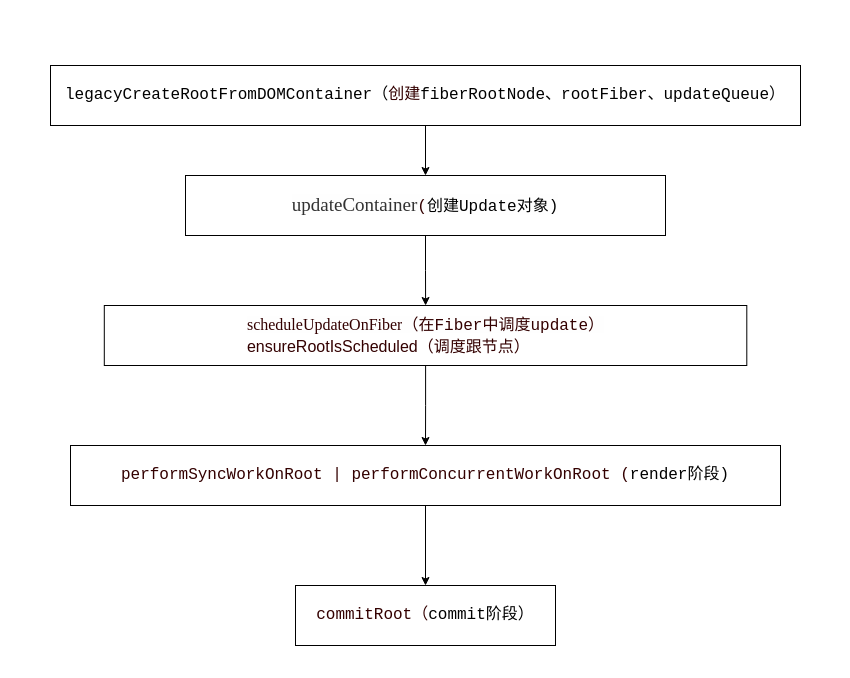
Above: page "Page-2" (2 of 3) of 第五章_0.drawio in xiaochen1024/react_code (draw.io), before the change. Source tidied: cells renumbered, new cells numbered last; positions are measured from the earlier drawing's top-left corner, leaving out a move shared by most shapes. Both pictures are drawn from the tidied source at 100%, with x=0, y=0 at pixel (50, 65).
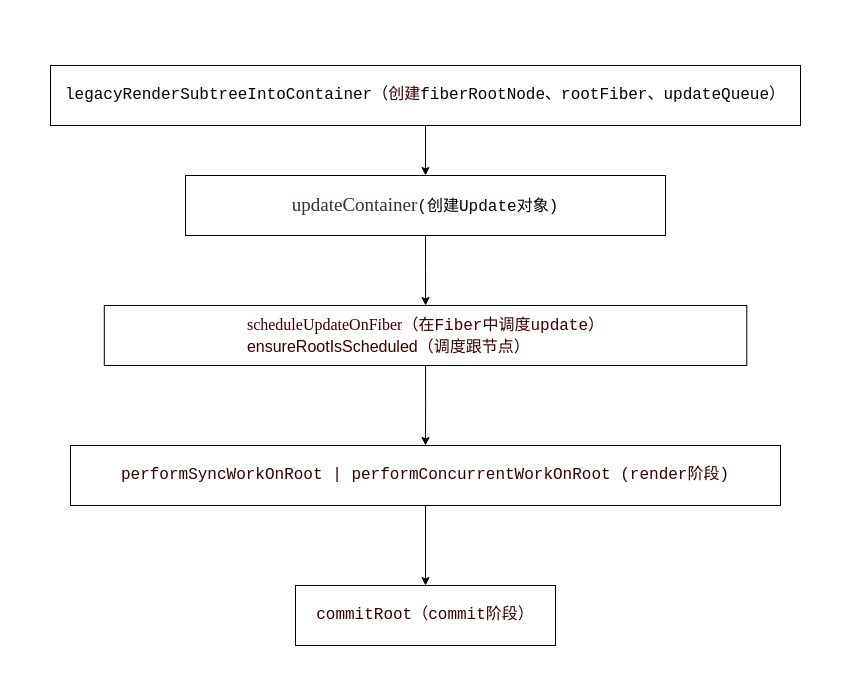
The same page after the edit.

Diff of the diagram source:
```diff
@@
 <mxGraphModel>
   <root>
     <mxCell id="0" />
     <mxCell id="1" parent="0" />
     <mxCell id="2" style="edgeStyle=orthogonalEdgeStyle;rounded=0;jettySize=auto;html=1;" parent="1" edge="1" source="3" target="5">
       <mxGeometry relative="1" as="geometry" />
     </mxCell>
-    <mxCell id="3" value="&lt;pre class=&quot;language-sh&quot; style=&quot;background: transparent ; font-family: &amp;#34;consolas&amp;#34; , &amp;#34;monaco&amp;#34; , &amp;#34;andale mono&amp;#34; , &amp;#34;ubuntu mono&amp;#34; , monospace ; font-size: 16px ; text-align: left ; word-spacing: 0px ; word-break: normal ; overflow-wrap: normal ; line-height: 1.4 ; padding: 1.25rem 1.5rem ; margin: 0.85rem 0px ; overflow: auto ; border-radius: 6px ; position: relative ; z-index: 1 ; font-style: normal ; font-weight: 400 ; letter-spacing: normal ; text-indent: 0px ; text-transform: none&quot;&gt;&lt;pre class=&quot;language-sh&quot; style=&quot;background: transparent ; font-family: &amp;#34;consolas&amp;#34; , &amp;#34;monaco&amp;#34; , &amp;#34;andale mono&amp;#34; , &amp;#34;ubuntu mono&amp;#34; , monospace ; word-break: normal ; overflow-wrap: normal ; line-height: 1.4 ; padding: 1.25rem 1.5rem ; margin-top: 0.85rem ; margin-bottom: 0.85rem ; overflow: auto ; border-radius: 6px ; position: relative ; z-index: 1&quot;&gt;&lt;code style=&quot;padding: 0px ; margin: 0px ; background-color: transparent ; border-radius: 0px&quot;&gt;legacyCreateRootFromDOMContainer（&lt;font color=&quot;#330000&quot; style=&quot;font-size: 16px&quot;&gt;创建&lt;/font&gt;&lt;/code&gt;fiberRootNode、rootFiber、updateQueue）&lt;/pre&gt;&lt;/pre&gt;" style="rounded=0;whiteSpace=wrap;html=1;fillColor=#FFFFFF;" parent="1" vertex="1">
+    <mxCell id="3" value="&lt;pre class=&quot;language-sh&quot; style=&quot;background: transparent ; font-family: &amp;#34;consolas&amp;#34; , &amp;#34;monaco&amp;#34; , &amp;#34;andale mono&amp;#34; , &amp;#34;ubuntu mono&amp;#34; , monospace ; font-size: 16px ; text-align: left ; word-spacing: 0px ; word-break: normal ; overflow-wrap: normal ; line-height: 1.4 ; padding: 1.25rem 1.5rem ; margin: 0.85rem 0px ; overflow: auto ; border-radius: 6px ; position: relative ; z-index: 1 ; font-style: normal ; font-weight: 400 ; letter-spacing: normal ; text-indent: 0px ; text-transform: none&quot;&gt;&lt;pre class=&quot;language-sh&quot; style=&quot;background: transparent ; font-family: &amp;#34;consolas&amp;#34; , &amp;#34;monaco&amp;#34; , &amp;#34;andale mono&amp;#34; , &amp;#34;ubuntu mono&amp;#34; , monospace ; word-break: normal ; overflow-wrap: normal ; line-height: 1.4 ; padding: 1.25rem 1.5rem ; margin-top: 0.85rem ; margin-bottom: 0.85rem ; overflow: auto ; border-radius: 6px ; position: relative ; z-index: 1&quot;&gt;&lt;code style=&quot;padding: 0px ; margin: 0px ; background-color: transparent ; border-radius: 0px&quot;&gt;legacyRenderSubtreeIntoContainer（&lt;font color=&quot;#330000&quot; style=&quot;font-size: 16px&quot;&gt;创建&lt;/font&gt;&lt;/code&gt;fiberRootNode、rootFiber、updateQueue）&lt;/pre&gt;&lt;/pre&gt;" style="rounded=0;whiteSpace=wrap;html=1;fillColor=#FFFFFF;" parent="1" vertex="1">
       <mxGeometry width="750" height="60" as="geometry" />
     </mxCell>
     <mxCell id="4" style="edgeStyle=orthogonalEdgeStyle;rounded=0;jettySize=auto;html=1;" parent="1" edge="1" source="5" target="7">
       <mxGeometry relative="1" as="geometry" />
     </mxCell>
     <mxCell id="5" value="&lt;span style=&quot;color: rgb(51 , 51 , 51) ; font-family: &amp;#34;vollkorn&amp;#34; , &amp;#34;palatino&amp;#34; , &amp;#34;times&amp;#34; ; font-size: 19px ; text-align: justify ; background-color: rgb(254 , 254 , 254)&quot;&gt;updateContainer&lt;code style=&quot;background-color: transparent ; text-align: left ; color: rgb(0 , 0 , 0) ; padding: 0px ; margin: 0px ; font-size: 0.85em ; border-radius: 0px&quot;&gt;&lt;font color=&quot;#330000&quot;&gt;(&lt;/font&gt;&lt;/code&gt;&lt;span style=&quot;background-color: transparent ; font-family: &amp;#34;consolas&amp;#34; , &amp;#34;monaco&amp;#34; , &amp;#34;andale mono&amp;#34; , &amp;#34;ubuntu mono&amp;#34; , monospace ; font-size: 16px ; text-align: left ; color: rgb(0 , 0 , 0)&quot;&gt;创建Update对象)&lt;/span&gt;&lt;br&gt;&lt;/span&gt;" style="whiteSpace=wrap;html=1;rounded=0;fillColor=#FFFFFF;" parent="1" vertex="1">
       <mxGeometry x="135" y="110" width="480" height="60" as="geometry" />
     </mxCell>
     <mxCell id="6" style="edgeStyle=orthogonalEdgeStyle;rounded=0;jettySize=auto;html=1;" parent="1" edge="1" source="7" target="9">
       <mxGeometry relative="1" as="geometry" />
     </mxCell>
     <mxCell id="7" value="&lt;div style=&quot;text-align: left ; font-size: 16px&quot;&gt;&lt;font color=&quot;#330000&quot; style=&quot;font-size: 16px&quot;&gt;&lt;span style=&quot;font-family: &amp;#34;vollkorn&amp;#34; , &amp;#34;palatino&amp;#34; , &amp;#34;times&amp;#34; ; text-align: justify ; background-color: rgb(254 , 254 , 254)&quot;&gt;sc&lt;/span&gt;&lt;span style=&quot;font-family: &amp;#34;vollkorn&amp;#34; , &amp;#34;palatino&amp;#34; , &amp;#34;times&amp;#34; ; text-align: justify ; background-color: rgb(254 , 254 , 254)&quot;&gt;h&lt;/span&gt;&lt;span style=&quot;font-family: &amp;#34;vollkorn&amp;#34; , &amp;#34;palatino&amp;#34; , &amp;#34;times&amp;#34; ; text-align: justify ; background-color: rgb(254 , 254 , 254)&quot;&gt;e&lt;/span&gt;&lt;span style=&quot;font-family: &amp;#34;vollkorn&amp;#34; , &amp;#34;palatino&amp;#34; , &amp;#34;times&amp;#34; ; text-align: justify ; background-color: rgb(254 , 254 , 254)&quot;&gt;du&lt;/span&gt;&lt;span style=&quot;font-family: &amp;#34;vollkorn&amp;#34; , &amp;#34;palatino&amp;#34; , &amp;#34;times&amp;#34; ; text-align: justify ; background-color: rgb(254 , 254 , 254)&quot;&gt;leUpdateOnFiber&lt;/span&gt;&lt;span style=&quot;text-align: justify ; background-color: rgb(254 , 254 , 254)&quot;&gt;&lt;font face=&quot;monospace&quot; style=&quot;font-size: 16px&quot;&gt;（在Fiber中调度update）&lt;/font&gt;&lt;/span&gt;&lt;/font&gt;&lt;/div&gt;&lt;div style=&quot;text-align: left ; font-size: 16px&quot;&gt;&lt;span style=&quot;background-color: transparent&quot;&gt;&lt;font color=&quot;#330000&quot; style=&quot;font-size: 16px&quot;&gt;ensureRootIsScheduled（调度跟节点）&lt;/font&gt;&lt;/span&gt;&lt;/div&gt;" style="whiteSpace=wrap;html=1;rounded=0;fillColor=#FFFFFF;" parent="1" vertex="1">
       <mxGeometry x="53.8" y="240" width="642.5" height="60" as="geometry" />
     </mxCell>
     <mxCell id="8" style="edgeStyle=orthogonalEdgeStyle;rounded=0;jettySize=auto;html=1;" parent="1" edge="1" source="9" target="10">
       <mxGeometry relative="1" as="geometry" />
     </mxCell>
-    <mxCell id="9" value="&lt;pre class=&quot;language-sh&quot; style=&quot;background: transparent ; font-family: &amp;#34;consolas&amp;#34; , &amp;#34;monaco&amp;#34; , &amp;#34;andale mono&amp;#34; , &amp;#34;ubuntu mono&amp;#34; , monospace ; font-size: 16px ; text-align: left ; word-break: normal ; overflow-wrap: normal ; line-height: 1.4 ; padding: 1.25rem 1.5rem ; margin-top: 0.85rem ; margin-bottom: 0.85rem ; overflow: auto ; border-radius: 6px ; position: relative ; z-index: 1&quot;&gt;&lt;code style=&quot;padding: 0px ; margin: 0px ; background-color: transparent ; border-radius: 0px&quot;&gt;&lt;font color=&quot;#330000&quot; style=&quot;font-size: 16px&quot;&gt;&lt;span class=&quot;token variable&quot;&gt;performSyncWorkOnRoot | &lt;/span&gt;&lt;span class=&quot;token variable&quot;&gt;performConcurrentWorkOnRoot (&lt;/span&gt;&lt;/font&gt;&lt;/code&gt;render阶段)&lt;/pre&gt;" style="whiteSpace=wrap;html=1;rounded=0;fillColor=#FFFFFF;" parent="1" vertex="1">
+    <mxCell id="9" value="&lt;pre class=&quot;language-sh&quot; style=&quot;background: transparent ; font-family: &amp;#34;consolas&amp;#34; , &amp;#34;monaco&amp;#34; , &amp;#34;andale mono&amp;#34; , &amp;#34;ubuntu mono&amp;#34; , monospace ; font-size: 16px ; text-align: left ; word-break: normal ; overflow-wrap: normal ; line-height: 1.4 ; padding: 1.25rem 1.5rem ; margin-top: 0.85rem ; margin-bottom: 0.85rem ; overflow: auto ; border-radius: 6px ; position: relative ; z-index: 1&quot;&gt;&lt;font color=&quot;#330000&quot;&gt;&lt;code style=&quot;padding: 0px ; margin: 0px ; background-color: transparent ; border-radius: 0px&quot;&gt;&lt;font style=&quot;font-size: 16px&quot;&gt;&lt;span class=&quot;token variable&quot;&gt;performSyncWorkOnRoot | &lt;/span&gt;&lt;span class=&quot;token variable&quot;&gt;performConcurrentWorkOnRoot (&lt;/span&gt;&lt;/font&gt;&lt;/code&gt;render阶段)&lt;/font&gt;&lt;/pre&gt;" style="whiteSpace=wrap;html=1;rounded=0;fillColor=#FFFFFF;" parent="1" vertex="1">
       <mxGeometry x="20" y="380" width="710" height="60" as="geometry" />
     </mxCell>
-    <mxCell id="10" value="&lt;pre class=&quot;language-sh&quot; style=&quot;background: transparent ; font-family: &amp;#34;consolas&amp;#34; , &amp;#34;monaco&amp;#34; , &amp;#34;andale mono&amp;#34; , &amp;#34;ubuntu mono&amp;#34; , monospace ; font-size: 16px ; text-align: left ; word-break: normal ; overflow-wrap: normal ; line-height: 1.4 ; padding: 1.25rem 1.5rem ; margin-top: 0.85rem ; margin-bottom: 0.85rem ; overflow: auto ; border-radius: 6px ; position: relative ; z-index: 1&quot;&gt;&lt;code style=&quot;padding: 0px ; margin: 0px ; background-color: transparent ; border-radius: 0px&quot;&gt;&lt;span class=&quot;token variable&quot;&gt;&lt;font color=&quot;#330000&quot; style=&quot;font-size: 16px&quot;&gt;commitRoot（&lt;/font&gt;&lt;/span&gt;&lt;/code&gt;commit阶段）&lt;/pre&gt;" style="whiteSpace=wrap;html=1;rounded=0;fillColor=#FFFFFF;" parent="1" vertex="1">
+    <mxCell id="10" value="&lt;pre class=&quot;language-sh&quot; style=&quot;background: transparent ; font-family: &amp;#34;consolas&amp;#34; , &amp;#34;monaco&amp;#34; , &amp;#34;andale mono&amp;#34; , &amp;#34;ubuntu mono&amp;#34; , monospace ; font-size: 16px ; text-align: left ; word-break: normal ; overflow-wrap: normal ; line-height: 1.4 ; padding: 1.25rem 1.5rem ; margin-top: 0.85rem ; margin-bottom: 0.85rem ; overflow: auto ; border-radius: 6px ; position: relative ; z-index: 1&quot;&gt;&lt;font color=&quot;#330000&quot;&gt;&lt;code style=&quot;padding: 0px ; margin: 0px ; background-color: transparent ; border-radius: 0px&quot;&gt;&lt;span class=&quot;token variable&quot;&gt;&lt;font style=&quot;font-size: 16px&quot;&gt;commitRoot（&lt;/font&gt;&lt;/span&gt;&lt;/code&gt;commit阶段）&lt;/font&gt;&lt;/pre&gt;" style="whiteSpace=wrap;html=1;rounded=0;fillColor=#FFFFFF;" parent="1" vertex="1">
       <mxGeometry x="245" y="520" width="260" height="60" as="geometry" />
     </mxCell>
   </root>
 </mxGraphModel>
```
